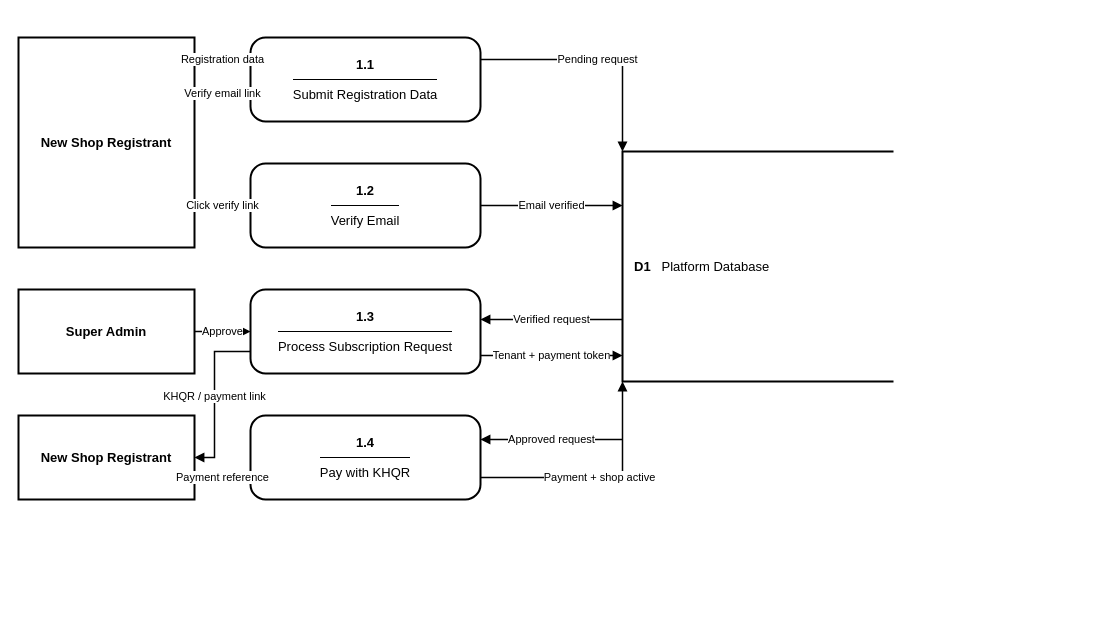
Earlier version of the draw.io diagram tools/wbpos-dfd-1.0-registration.drawio (Somphors10/Sarna_Web_Based_POS). Source tidied: cells renumbered, new cells numbered last; positions are measured from the earlier drawing's top-left corner, leaving out a move shared by most shapes. Both pictures are drawn from the tidied source at 100%, with x=0, y=0 at pixel (18, 37).
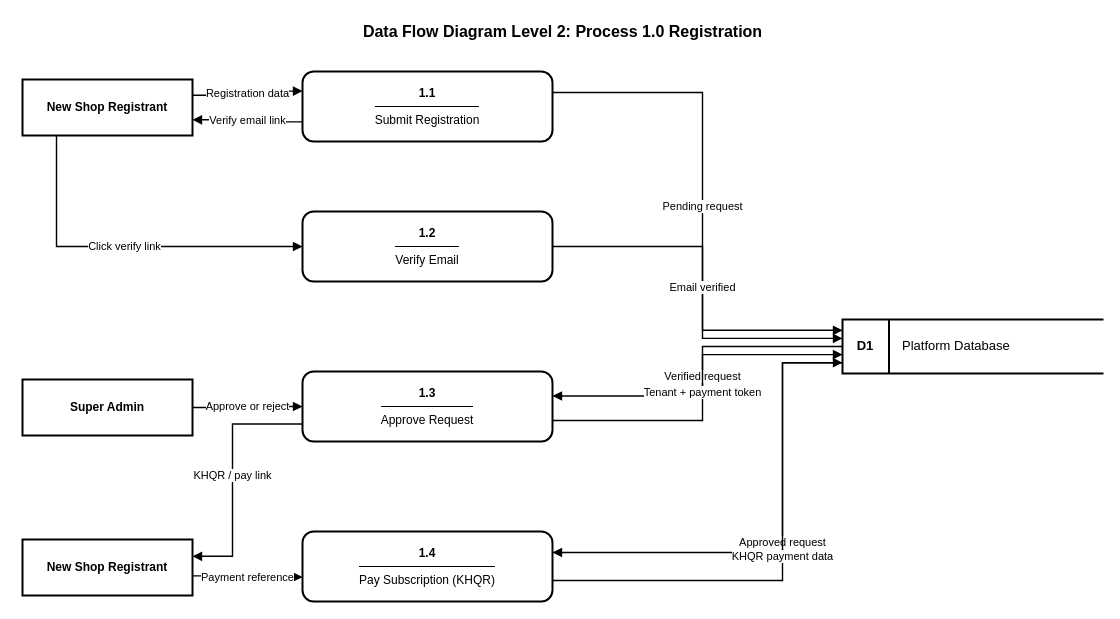
After the change.

Change to the diagram source:
```diff
@@
+    <mxCell id="22" value="Data Flow Diagram Level 2: Process 1.0 Registration" style="text;html=1;fontStyle=1;fontSize=16;fontFamily=Arial;align=center;verticalAlign=middle;strokeColor=none;fillColor=none;" parent="1" vertex="1">
+      <mxGeometry x="184" y="-20" width="720" height="28" as="geometry" />
+    </mxCell>
-    <mxCell id="2" value="New Shop Registrant" style="rounded=0;whiteSpace=wrap;html=1;fontStyle=1;fontSize=13;fontFamily=Arial;fillColor=#ffffff;strokeColor=#000000;strokeWidth=2;" parent="1" vertex="1">
-      <mxGeometry width="176" height="210" as="geometry" />
+    <mxCell id="2" value="New Shop Registrant" style="rounded=0;whiteSpace=wrap;html=1;fontStyle=1;fontSize=12;fontFamily=Arial;fillColor=#ffffff;strokeColor=#000000;strokeWidth=2;align=center;" parent="1" vertex="1">
+      <mxGeometry x="4" y="42" width="170" height="56" as="geometry" />
     </mxCell>
-    <mxCell id="3" value="Super Admin" style="rounded=0;whiteSpace=wrap;html=1;fontStyle=1;fontSize=13;fontFamily=Arial;fillColor=#ffffff;strokeColor=#000000;strokeWidth=2;" parent="1" vertex="1">
-      <mxGeometry y="252" width="176" height="84" as="geometry" />
+    <mxCell id="3" value="Super Admin" style="rounded=0;whiteSpace=wrap;html=1;fontStyle=1;fontSize=12;fontFamily=Arial;fillColor=#ffffff;strokeColor=#000000;strokeWidth=2;align=center;" parent="1" vertex="1">
+      <mxGeometry x="4" y="342" width="170" height="56" as="geometry" />
     </mxCell>
-    <mxCell id="4" value="New Shop Registrant" style="rounded=0;whiteSpace=wrap;html=1;fontStyle=1;fontSize=13;fontFamily=Arial;fillColor=#ffffff;strokeColor=#000000;strokeWidth=2;" parent="1" vertex="1">
-      <mxGeometry y="378" width="176" height="84" as="geometry" />
+    <mxCell id="4" value="New Shop Registrant" style="rounded=0;whiteSpace=wrap;html=1;fontStyle=1;fontSize=12;fontFamily=Arial;fillColor=#ffffff;strokeColor=#000000;strokeWidth=2;align=center;" parent="1" vertex="1">
+      <mxGeometry x="4" y="502" width="170" height="56" as="geometry" />
     </mxCell>
-    <mxCell id="5" value="&lt;b&gt;1.1&lt;/b&gt;&lt;hr size=&quot;1&quot; color=&quot;#000000&quot;&gt;Submit Registration Data" style="rounded=1;whiteSpace=wrap;html=1;arcSize=18;fontSize=13;fontFamily=Arial;fillColor=#ffffff;strokeColor=#000000;strokeWidth=2;align=center;" parent="1" vertex="1">
-      <mxGeometry x="232" width="230" height="84" as="geometry" />
+    <mxCell id="5" value="&lt;b&gt;1.1&lt;/b&gt;&lt;hr size=&quot;1&quot; color=&quot;#000000&quot;&gt;Submit Registration" style="rounded=1;whiteSpace=wrap;html=1;arcSize=16;fontSize=12;fontFamily=Arial;fillColor=#ffffff;strokeColor=#000000;strokeWidth=2;align=center;" parent="1" vertex="1">
+      <mxGeometry x="284" y="34" width="250" height="70" as="geometry" />
     </mxCell>
-    <mxCell id="6" value="&lt;b&gt;1.2&lt;/b&gt;&lt;hr size=&quot;1&quot; color=&quot;#000000&quot;&gt;Verify Email" style="rounded=1;whiteSpace=wrap;html=1;arcSize=18;fontSize=13;fontFamily=Arial;fillColor=#ffffff;strokeColor=#000000;strokeWidth=2;align=center;" parent="1" vertex="1">
-      <mxGeometry x="232" y="126" width="230" height="84" as="geometry" />
+    <mxCell id="6" value="&lt;b&gt;1.2&lt;/b&gt;&lt;hr size=&quot;1&quot; color=&quot;#000000&quot;&gt;Verify Email" style="rounded=1;whiteSpace=wrap;html=1;arcSize=16;fontSize=12;fontFamily=Arial;fillColor=#ffffff;strokeColor=#000000;strokeWidth=2;align=center;" parent="1" vertex="1">
+      <mxGeometry x="284" y="174" width="250" height="70" as="geometry" />
     </mxCell>
-    <mxCell id="7" value="&lt;b&gt;1.3&lt;/b&gt;&lt;hr size=&quot;1&quot; color=&quot;#000000&quot;&gt;Process Subscription Request" style="rounded=1;whiteSpace=wrap;html=1;arcSize=18;fontSize=13;fontFamily=Arial;fillColor=#ffffff;strokeColor=#000000;strokeWidth=2;align=center;" parent="1" vertex="1">
-      <mxGeometry x="232" y="252" width="230" height="84" as="geometry" />
+    <mxCell id="7" value="&lt;b&gt;1.3&lt;/b&gt;&lt;hr size=&quot;1&quot; color=&quot;#000000&quot;&gt;Approve Request" style="rounded=1;whiteSpace=wrap;html=1;arcSize=16;fontSize=12;fontFamily=Arial;fillColor=#ffffff;strokeColor=#000000;strokeWidth=2;align=center;" parent="1" vertex="1">
+      <mxGeometry x="284" y="334" width="250" height="70" as="geometry" />
     </mxCell>
-    <mxCell id="8" value="&lt;b&gt;1.4&lt;/b&gt;&lt;hr size=&quot;1&quot; color=&quot;#000000&quot;&gt;Pay with KHQR" style="rounded=1;whiteSpace=wrap;html=1;arcSize=18;fontSize=13;fontFamily=Arial;fillColor=#ffffff;strokeColor=#000000;strokeWidth=2;align=center;" parent="1" vertex="1">
-      <mxGeometry x="232" y="378" width="230" height="84" as="geometry" />
+    <mxCell id="8" value="&lt;b&gt;1.4&lt;/b&gt;&lt;hr size=&quot;1&quot; color=&quot;#000000&quot;&gt;Pay Subscription (KHQR)" style="rounded=1;whiteSpace=wrap;html=1;arcSize=16;fontSize=12;fontFamily=Arial;fillColor=#ffffff;strokeColor=#000000;strokeWidth=2;align=center;" parent="1" vertex="1">
+      <mxGeometry x="284" y="494" width="250" height="70" as="geometry" />
     </mxCell>
-    <mxCell id="9" value="&lt;b&gt;D1&lt;/b&gt; &amp;nbsp; Platform Database" style="shape=partialRectangle;whiteSpace=wrap;html=1;top=1;bottom=1;fillColor=#ffffff;strokeColor=#000000;strokeWidth=2;left=1;right=0;fontFamily=Arial;fontSize=13;align=left;spacingLeft=10;" parent="1" vertex="1">
-      <mxGeometry x="604" y="114" width="270" height="230" as="geometry" />
+    <mxCell id="9" value="&lt;table cellpadding=&quot;0&quot; cellspacing=&quot;0&quot; style=&quot;width:100%;height:100%;border-collapse:collapse;&quot;&gt;&lt;tr&gt;&lt;td style=&quot;width:46px;border-right:2px solid #000;text-align:center;font-weight:bold;&quot;&gt;D1&lt;/td&gt;&lt;td style=&quot;padding-left:12px;text-align:left;&quot;&gt;Platform Database&lt;/td&gt;&lt;/tr&gt;&lt;/table&gt;" style="shape=partialRectangle;whiteSpace=wrap;html=1;overflow=fill;top=1;bottom=1;left=1;right=0;fillColor=#ffffff;strokeColor=#000000;strokeWidth=2;fontFamily=Arial;fontSize=13;align=left;verticalAlign=middle;" parent="1" vertex="1">
+      <mxGeometry x="824" y="282" width="260" height="54" as="geometry" />
     </mxCell>
-    <mxCell id="10" value="Registration data" style="endArrow=block;endFill=1;html=1;rounded=0;strokeColor=#000000;strokeWidth=1.5;fontSize=11;fontFamily=Arial;" parent="1" edge="1">
-      <mxGeometry relative="1" as="geometry">
-        <mxPoint x="176" y="22" as="sourcePoint" />
-        <mxPoint x="232" y="22" as="targetPoint" />
-      </mxGeometry>
+    <mxCell id="10" value="Registration data" style="endArrow=block;endFill=1;html=1;rounded=0;edgeStyle=orthogonalEdgeStyle;strokeColor=#000000;strokeWidth=1.4;fontSize=11;fontFamily=Arial;exitX=1;exitY=0.28;entryX=0;entryY=0.28;" parent="1" edge="1" source="2" target="5">
+      <mxGeometry relative="1" as="geometry" />
     </mxCell>
-    <mxCell id="11" value="Verify email link" style="endArrow=block;endFill=1;html=1;rounded=0;strokeColor=#000000;strokeWidth=1.5;fontSize=11;fontFamily=Arial;" parent="1" edge="1">
-      <mxGeometry relative="1" as="geometry">
-        <mxPoint x="232" y="56" as="sourcePoint" />
-        <mxPoint x="176" y="56" as="targetPoint" />
-      </mxGeometry>
+    <mxCell id="11" value="Verify email link" style="endArrow=block;endFill=1;html=1;rounded=0;edgeStyle=orthogonalEdgeStyle;strokeColor=#000000;strokeWidth=1.4;fontSize=11;fontFamily=Arial;exitX=0;exitY=0.72;entryX=1;entryY=0.72;" parent="1" edge="1" source="5" target="2">
+      <mxGeometry relative="1" as="geometry" />
     </mxCell>
-    <mxCell id="12" value="Click verify link" style="endArrow=block;endFill=1;html=1;rounded=0;strokeColor=#000000;strokeWidth=1.5;fontSize=11;fontFamily=Arial;" parent="1" edge="1">
+    <mxCell id="12" value="Click verify link" style="endArrow=block;endFill=1;html=1;rounded=0;edgeStyle=orthogonalEdgeStyle;strokeColor=#000000;strokeWidth=1.4;fontSize=11;fontFamily=Arial;exitX=0.2;exitY=1;entryX=0;entryY=0.5;" parent="1" edge="1" source="2" target="6">
       <mxGeometry relative="1" as="geometry">
-        <mxPoint x="176" y="168" as="sourcePoint" />
-        <mxPoint x="232" y="168" as="targetPoint" />
+        <Array as="points">
+          <mxPoint x="38" y="209" />
+        </Array>
       </mxGeometry>
     </mxCell>
-    <mxCell id="13" value="Approve" style="endArrow=block;endFill=1;html=1;rounded=0;strokeColor=#000000;strokeWidth=1.5;fontSize=11;fontFamily=Arial;" parent="1" edge="1">
-      <mxGeometry relative="1" as="geometry">
-        <mxPoint x="176" y="294" as="sourcePoint" />
-        <mxPoint x="232" y="294" as="targetPoint" />
-      </mxGeometry>
+    <mxCell id="13" value="Approve or reject" style="endArrow=block;endFill=1;html=1;rounded=0;edgeStyle=orthogonalEdgeStyle;strokeColor=#000000;strokeWidth=1.4;fontSize=11;fontFamily=Arial;exitX=1;exitY=0.5;entryX=0;entryY=0.5;" parent="1" edge="1" source="3" target="7">
+      <mxGeometry relative="1" as="geometry" />
     </mxCell>
-    <mxCell id="14" value="KHQR / payment link" style="endArrow=block;endFill=1;html=1;rounded=0;strokeColor=#000000;strokeWidth=1.5;edgeStyle=orthogonalEdgeStyle;fontSize=11;fontFamily=Arial;" parent="1" edge="1">
+    <mxCell id="14" value="KHQR / pay link" style="endArrow=block;endFill=1;html=1;rounded=0;edgeStyle=orthogonalEdgeStyle;strokeColor=#000000;strokeWidth=1.4;fontSize=11;fontFamily=Arial;exitX=0;exitY=0.75;entryX=1;entryY=0.3;" parent="1" edge="1" source="7" target="4">
       <mxGeometry relative="1" as="geometry">
-        <mxPoint x="232" y="314" as="sourcePoint" />
-        <mxPoint x="176" y="420" as="targetPoint" />
         <Array as="points">
-          <mxPoint x="196" y="314" />
-          <mxPoint x="196" y="420" />
+          <mxPoint x="214" y="387" />
+          <mxPoint x="214" y="519" />
         </Array>
       </mxGeometry>
     </mxCell>
-    <mxCell id="15" value="Payment reference" style="endArrow=block;endFill=1;html=1;rounded=0;strokeColor=#000000;strokeWidth=1.5;fontSize=11;fontFamily=Arial;" parent="1" edge="1">
-      <mxGeometry relative="1" as="geometry">
-        <mxPoint x="176" y="440" as="sourcePoint" />
-        <mxPoint x="232" y="440" as="targetPoint" />
-      </mxGeometry>
+    <mxCell id="15" value="Payment reference" style="endArrow=block;endFill=1;html=1;rounded=0;edgeStyle=orthogonalEdgeStyle;strokeColor=#000000;strokeWidth=1.4;fontSize=11;fontFamily=Arial;exitX=1;exitY=0.65;entryX=0;entryY=0.65;" parent="1" edge="1" source="4" target="8">
+      <mxGeometry relative="1" as="geometry" />
     </mxCell>
-    <mxCell id="16" value="Pending request" style="endArrow=block;endFill=1;html=1;rounded=0;strokeColor=#000000;strokeWidth=1.5;edgeStyle=orthogonalEdgeStyle;fontSize=11;fontFamily=Arial;" parent="1" edge="1">
+    <mxCell id="16" value="Pending request" style="endArrow=block;endFill=1;html=1;rounded=0;edgeStyle=orthogonalEdgeStyle;strokeColor=#000000;strokeWidth=1.4;fontSize=11;fontFamily=Arial;exitX=1;exitY=0.3;entryX=0;entryY=0.2;" parent="1" edge="1" source="5" target="9">
       <mxGeometry relative="1" as="geometry">
-        <mxPoint x="462" y="22" as="sourcePoint" />
-        <mxPoint x="604" y="114" as="targetPoint" />
         <Array as="points">
-          <mxPoint x="604" y="22" />
+          <mxPoint x="684" y="55" />
+          <mxPoint x="684" y="293" />
         </Array>
       </mxGeometry>
     </mxCell>
-    <mxCell id="17" value="Email verified" style="endArrow=block;endFill=1;html=1;rounded=0;strokeColor=#000000;strokeWidth=1.5;fontSize=11;fontFamily=Arial;" parent="1" edge="1">
+    <mxCell id="17" value="Email verified" style="endArrow=block;endFill=1;html=1;rounded=0;edgeStyle=orthogonalEdgeStyle;strokeColor=#000000;strokeWidth=1.4;fontSize=11;fontFamily=Arial;exitX=1;exitY=0.5;entryX=0;entryY=0.35;" parent="1" edge="1" source="6" target="9">
       <mxGeometry relative="1" as="geometry">
-        <mxPoint x="462" y="168" as="sourcePoint" />
-        <mxPoint x="604" y="168" as="targetPoint" />
+        <Array as="points">
+          <mxPoint x="684" y="209" />
+          <mxPoint x="684" y="301" />
+        </Array>
       </mxGeometry>
     </mxCell>
-    <mxCell id="18" value="Verified request" style="endArrow=block;endFill=1;html=1;rounded=0;strokeColor=#000000;strokeWidth=1.5;fontSize=11;fontFamily=Arial;" parent="1" edge="1">
+    <mxCell id="18" value="Verified request" style="endArrow=block;endFill=1;html=1;rounded=0;edgeStyle=orthogonalEdgeStyle;strokeColor=#000000;strokeWidth=1.4;fontSize=11;fontFamily=Arial;exitX=0;exitY=0.5;entryX=1;entryY=0.35;" parent="1" edge="1" source="9" target="7">
       <mxGeometry relative="1" as="geometry">
-        <mxPoint x="604" y="282" as="sourcePoint" />
-        <mxPoint x="462" y="282" as="targetPoint" />
+        <Array as="points">
+          <mxPoint x="684" y="309" />
+          <mxPoint x="684" y="358" />
+        </Array>
       </mxGeometry>
     </mxCell>
-    <mxCell id="19" value="Tenant + payment token" style="endArrow=block;endFill=1;html=1;rounded=0;strokeColor=#000000;strokeWidth=1.5;fontSize=11;fontFamily=Arial;" parent="1" edge="1">
+    <mxCell id="19" value="Tenant + payment token" style="endArrow=block;endFill=1;html=1;rounded=0;edgeStyle=orthogonalEdgeStyle;strokeColor=#000000;strokeWidth=1.4;fontSize=11;fontFamily=Arial;exitX=1;exitY=0.7;entryX=0;entryY=0.65;" parent="1" edge="1" source="7" target="9">
       <mxGeometry relative="1" as="geometry">
-        <mxPoint x="462" y="318" as="sourcePoint" />
-        <mxPoint x="604" y="318" as="targetPoint" />
+        <Array as="points">
+          <mxPoint x="684" y="383" />
+          <mxPoint x="684" y="317" />
+        </Array>
       </mxGeometry>
     </mxCell>
-    <mxCell id="20" value="Approved request" style="endArrow=block;endFill=1;html=1;rounded=0;strokeColor=#000000;strokeWidth=1.5;fontSize=11;fontFamily=Arial;" parent="1" edge="1">
+    <mxCell id="20" value="Approved request" style="endArrow=block;endFill=1;html=1;rounded=0;edgeStyle=orthogonalEdgeStyle;strokeColor=#000000;strokeWidth=1.4;fontSize=11;fontFamily=Arial;exitX=0;exitY=0.8;entryX=1;entryY=0.3;" parent="1" edge="1" source="9" target="8">
       <mxGeometry relative="1" as="geometry">
-        <mxPoint x="604" y="402" as="sourcePoint" />
-        <mxPoint x="462" y="402" as="targetPoint" />
+        <Array as="points">
+          <mxPoint x="764" y="325" />
+          <mxPoint x="764" y="515" />
+        </Array>
       </mxGeometry>
     </mxCell>
-    <mxCell id="21" value="Payment + shop active" style="endArrow=block;endFill=1;html=1;rounded=0;strokeColor=#000000;strokeWidth=1.5;edgeStyle=orthogonalEdgeStyle;fontSize=11;fontFamily=Arial;" parent="1" edge="1">
+    <mxCell id="21" value="KHQR payment data" style="endArrow=block;endFill=1;html=1;rounded=0;edgeStyle=orthogonalEdgeStyle;strokeColor=#000000;strokeWidth=1.4;fontSize=11;fontFamily=Arial;exitX=1;exitY=0.7;entryX=0;entryY=0.8;" parent="1" edge="1" source="8" target="9">
       <mxGeometry relative="1" as="geometry">
-        <mxPoint x="462" y="440" as="sourcePoint" />
-        <mxPoint x="604" y="344" as="targetPoint" />
         <Array as="points">
-          <mxPoint x="604" y="440" />
+          <mxPoint x="764" y="543" />
+          <mxPoint x="764" y="325" />
         </Array>
       </mxGeometry>
     </mxCell>
```
